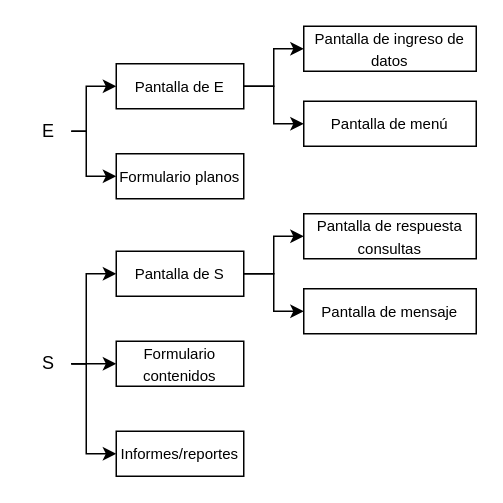
Before: page "DConceptual" (1 of 6) of ARCHIVOS/SistemasdeInformacion/Dibujos.drawio in NicoGomezM/Codigos_Latex, a draw.io diagram. Source tidied: cells renumbered, new cells numbered last; positions are measured from the earlier drawing's top-left corner, leaving out a move shared by most shapes. Both pictures are drawn from the tidied source at 150%, with x=0, y=0 at pixel (26, 26).
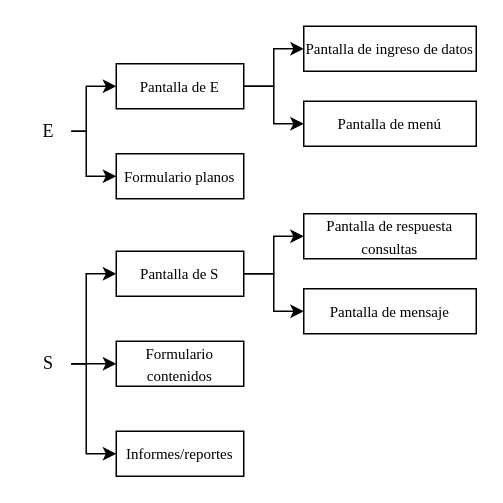
Above is the later version.

The edit, as a diff of the source:
```diff
@@
-    <mxCell id="2" style="edgeStyle=orthogonalEdgeStyle;rounded=0;jettySize=auto;html=1;entryX=0;entryY=0.5;entryDx=0;entryDy=0;" parent="1" edge="1" source="4" target="11">
+    <mxCell id="2" style="edgeStyle=orthogonalEdgeStyle;rounded=0;jettySize=auto;html=1;entryX=0;entryY=0.5;entryDx=0;entryDy=0;fontFamily=Times New Roman;" parent="1" edge="1" source="4" target="11">
       <mxGeometry relative="1" as="geometry">
         <Array as="points">
           <mxPoint x="40" y="70" />
           <mxPoint x="40" y="40" />
         </Array>
       </mxGeometry>
     </mxCell>
-    <mxCell id="3" style="edgeStyle=orthogonalEdgeStyle;rounded=0;jettySize=auto;html=1;entryX=0;entryY=0.5;entryDx=0;entryDy=0;" parent="1" edge="1" source="4" target="12">
+    <mxCell id="3" style="edgeStyle=orthogonalEdgeStyle;rounded=0;jettySize=auto;html=1;entryX=0;entryY=0.5;entryDx=0;entryDy=0;fontFamily=Times New Roman;" parent="1" edge="1" source="4" target="12">
       <mxGeometry relative="1" as="geometry">
         <Array as="points">
           <mxPoint x="40" y="70" />
           <mxPoint x="40" y="100" />
         </Array>
       </mxGeometry>
     </mxCell>
-    <mxCell id="4" value="E" style="text;strokeColor=none;align=center;fillColor=none;html=1;verticalAlign=middle;whiteSpace=wrap;rounded=0;strokeWidth=0;" parent="1" vertex="1">
+    <mxCell id="4" value="E" style="text;strokeColor=none;align=center;fillColor=none;html=1;verticalAlign=middle;whiteSpace=wrap;rounded=0;strokeWidth=0;fontFamily=Times New Roman;" parent="1" vertex="1">
       <mxGeometry y="55" width="30" height="30" as="geometry" />
     </mxCell>
-    <mxCell id="5" style="edgeStyle=orthogonalEdgeStyle;rounded=0;jettySize=auto;html=1;entryX=0;entryY=0.5;entryDx=0;entryDy=0;" parent="1" edge="1" source="8" target="17">
+    <mxCell id="5" style="edgeStyle=orthogonalEdgeStyle;rounded=0;jettySize=auto;html=1;entryX=0;entryY=0.5;entryDx=0;entryDy=0;fontFamily=Times New Roman;" parent="1" edge="1" source="8" target="17">
       <mxGeometry relative="1" as="geometry">
         <Array as="points">
           <mxPoint x="40" y="225" />
           <mxPoint x="40" y="165" />
         </Array>
       </mxGeometry>
     </mxCell>
-    <mxCell id="6" style="edgeStyle=orthogonalEdgeStyle;rounded=0;jettySize=auto;html=1;entryX=0;entryY=0.5;entryDx=0;entryDy=0;" parent="1" edge="1" source="8" target="18">
+    <mxCell id="6" style="edgeStyle=orthogonalEdgeStyle;rounded=0;jettySize=auto;html=1;entryX=0;entryY=0.5;entryDx=0;entryDy=0;fontFamily=Times New Roman;" parent="1" edge="1" source="8" target="18">
       <mxGeometry relative="1" as="geometry" />
     </mxCell>
-    <mxCell id="7" style="edgeStyle=orthogonalEdgeStyle;rounded=0;jettySize=auto;html=1;entryX=0;entryY=0.5;entryDx=0;entryDy=0;" parent="1" edge="1" source="8" target="19">
+    <mxCell id="7" style="edgeStyle=orthogonalEdgeStyle;rounded=0;jettySize=auto;html=1;entryX=0;entryY=0.5;entryDx=0;entryDy=0;fontFamily=Times New Roman;" parent="1" edge="1" source="8" target="19">
       <mxGeometry relative="1" as="geometry">
         <Array as="points">
           <mxPoint x="40" y="225" />
           <mxPoint x="40" y="285" />
         </Array>
       </mxGeometry>
     </mxCell>
-    <mxCell id="8" value="S" style="text;strokeColor=none;align=center;fillColor=none;html=1;verticalAlign=middle;whiteSpace=wrap;rounded=0;" parent="1" vertex="1">
+    <mxCell id="8" value="S" style="text;strokeColor=none;align=center;fillColor=none;html=1;verticalAlign=middle;whiteSpace=wrap;rounded=0;fontFamily=Times New Roman;" parent="1" vertex="1">
       <mxGeometry y="210" width="30" height="30" as="geometry" />
     </mxCell>
-    <mxCell id="9" style="edgeStyle=orthogonalEdgeStyle;rounded=0;jettySize=auto;html=1;" parent="1" edge="1" source="11" target="13">
+    <mxCell id="9" style="edgeStyle=orthogonalEdgeStyle;rounded=0;jettySize=auto;html=1;fontFamily=Times New Roman;" parent="1" edge="1" source="11" target="13">
       <mxGeometry relative="1" as="geometry" />
     </mxCell>
-    <mxCell id="10" style="edgeStyle=orthogonalEdgeStyle;rounded=0;jettySize=auto;html=1;" parent="1" edge="1" source="11" target="14">
+    <mxCell id="10" style="edgeStyle=orthogonalEdgeStyle;rounded=0;jettySize=auto;html=1;fontFamily=Times New Roman;" parent="1" edge="1" source="11" target="14">
       <mxGeometry relative="1" as="geometry" />
     </mxCell>
-    <mxCell id="11" value="&lt;font style=&quot;font-size: 10px;&quot;&gt;Pantalla de E&lt;/font&gt;" style="text;strokeColor=default;align=center;fillColor=none;html=1;verticalAlign=middle;whiteSpace=wrap;rounded=0;" parent="1" vertex="1">
+    <mxCell id="11" value="&lt;font style=&quot;font-size: 10px;&quot;&gt;Pantalla de E&lt;/font&gt;" style="text;strokeColor=default;align=center;fillColor=none;html=1;verticalAlign=middle;whiteSpace=wrap;rounded=0;fontFamily=Times New Roman;" parent="1" vertex="1">
       <mxGeometry x="60" y="25" width="85" height="30" as="geometry" />
     </mxCell>
-    <mxCell id="12" value="&lt;font style=&quot;font-size: 10px;&quot;&gt;Formulario planos&lt;/font&gt;" style="text;strokeColor=default;align=center;fillColor=none;html=1;verticalAlign=middle;whiteSpace=wrap;rounded=0;" parent="1" vertex="1">
+    <mxCell id="12" value="&lt;font style=&quot;font-size: 10px;&quot;&gt;Formulario planos&lt;/font&gt;" style="text;strokeColor=default;align=center;fillColor=none;html=1;verticalAlign=middle;whiteSpace=wrap;rounded=0;fontFamily=Times New Roman;" parent="1" vertex="1">
       <mxGeometry x="60" y="85" width="85" height="30" as="geometry" />
     </mxCell>
-    <mxCell id="13" value="&lt;font style=&quot;font-size: 10px;&quot;&gt;Pantalla de ingreso de datos&lt;/font&gt;" style="text;strokeColor=default;align=center;fillColor=none;html=1;verticalAlign=middle;whiteSpace=wrap;rounded=0;" parent="1" vertex="1">
+    <mxCell id="13" value="&lt;font style=&quot;font-size: 10px;&quot;&gt;Pantalla de ingreso de datos&lt;/font&gt;" style="text;strokeColor=default;align=center;fillColor=none;html=1;verticalAlign=middle;whiteSpace=wrap;rounded=0;fontFamily=Times New Roman;" parent="1" vertex="1">
       <mxGeometry x="185" width="115" height="30" as="geometry" />
     </mxCell>
-    <mxCell id="14" value="&lt;font style=&quot;font-size: 10px;&quot;&gt;Pantalla de menú&lt;/font&gt;" style="text;strokeColor=default;align=center;fillColor=none;html=1;verticalAlign=middle;whiteSpace=wrap;rounded=0;" parent="1" vertex="1">
+    <mxCell id="14" value="&lt;font style=&quot;font-size: 10px;&quot;&gt;Pantalla de menú&lt;/font&gt;" style="text;strokeColor=default;align=center;fillColor=none;html=1;verticalAlign=middle;whiteSpace=wrap;rounded=0;fontFamily=Times New Roman;" parent="1" vertex="1">
       <mxGeometry x="185" y="50" width="115" height="30" as="geometry" />
     </mxCell>
-    <mxCell id="15" style="edgeStyle=orthogonalEdgeStyle;rounded=0;jettySize=auto;html=1;entryX=0;entryY=0.5;entryDx=0;entryDy=0;" parent="1" edge="1" source="17" target="20">
+    <mxCell id="15" style="edgeStyle=orthogonalEdgeStyle;rounded=0;jettySize=auto;html=1;entryX=0;entryY=0.5;entryDx=0;entryDy=0;fontFamily=Times New Roman;" parent="1" edge="1" source="17" target="20">
       <mxGeometry relative="1" as="geometry" />
     </mxCell>
-    <mxCell id="16" style="edgeStyle=orthogonalEdgeStyle;rounded=0;jettySize=auto;html=1;" parent="1" edge="1" source="17" target="21">
+    <mxCell id="16" style="edgeStyle=orthogonalEdgeStyle;rounded=0;jettySize=auto;html=1;fontFamily=Times New Roman;" parent="1" edge="1" source="17" target="21">
       <mxGeometry relative="1" as="geometry" />
     </mxCell>
-    <mxCell id="17" value="&lt;font style=&quot;font-size: 10px;&quot;&gt;Pantalla de S&lt;/font&gt;" style="text;strokeColor=default;align=center;fillColor=none;html=1;verticalAlign=middle;whiteSpace=wrap;rounded=0;" parent="1" vertex="1">
+    <mxCell id="17" value="&lt;font style=&quot;font-size: 10px;&quot;&gt;Pantalla de S&lt;/font&gt;" style="text;strokeColor=default;align=center;fillColor=none;html=1;verticalAlign=middle;whiteSpace=wrap;rounded=0;fontFamily=Times New Roman;" parent="1" vertex="1">
       <mxGeometry x="60" y="150" width="85" height="30" as="geometry" />
     </mxCell>
-    <mxCell id="18" value="&lt;font style=&quot;font-size: 10px;&quot;&gt;Formulario contenidos&lt;/font&gt;" style="text;strokeColor=default;align=center;fillColor=none;html=1;verticalAlign=middle;whiteSpace=wrap;rounded=0;" parent="1" vertex="1">
+    <mxCell id="18" value="&lt;font style=&quot;font-size: 10px;&quot;&gt;Formulario contenidos&lt;/font&gt;" style="text;strokeColor=default;align=center;fillColor=none;html=1;verticalAlign=middle;whiteSpace=wrap;rounded=0;fontFamily=Times New Roman;" parent="1" vertex="1">
       <mxGeometry x="60" y="210" width="85" height="30" as="geometry" />
     </mxCell>
-    <mxCell id="19" value="&lt;font style=&quot;font-size: 10px;&quot;&gt;Informes/reportes&lt;/font&gt;" style="text;strokeColor=default;align=center;fillColor=none;html=1;verticalAlign=middle;whiteSpace=wrap;rounded=0;" parent="1" vertex="1">
+    <mxCell id="19" value="&lt;font style=&quot;font-size: 10px;&quot;&gt;Informes/reportes&lt;/font&gt;" style="text;strokeColor=default;align=center;fillColor=none;html=1;verticalAlign=middle;whiteSpace=wrap;rounded=0;fontFamily=Times New Roman;" parent="1" vertex="1">
       <mxGeometry x="60" y="270" width="85" height="30" as="geometry" />
     </mxCell>
-    <mxCell id="20" value="&lt;font style=&quot;font-size: 10px;&quot;&gt;Pantalla de respuesta consultas&lt;/font&gt;" style="text;strokeColor=default;align=center;fillColor=none;html=1;verticalAlign=middle;whiteSpace=wrap;rounded=0;" parent="1" vertex="1">
+    <mxCell id="20" value="&lt;font style=&quot;font-size: 10px;&quot;&gt;Pantalla de respuesta consultas&lt;/font&gt;" style="text;strokeColor=default;align=center;fillColor=none;html=1;verticalAlign=middle;whiteSpace=wrap;rounded=0;fontFamily=Times New Roman;" parent="1" vertex="1">
       <mxGeometry x="185" y="125" width="115" height="30" as="geometry" />
     </mxCell>
-    <mxCell id="21" value="&lt;font style=&quot;font-size: 10px;&quot;&gt;Pantalla de mensaje&lt;/font&gt;" style="text;strokeColor=default;align=center;fillColor=none;html=1;verticalAlign=middle;whiteSpace=wrap;rounded=0;" parent="1" vertex="1">
+    <mxCell id="21" value="&lt;font style=&quot;font-size: 10px;&quot;&gt;Pantalla de mensaje&lt;/font&gt;" style="text;strokeColor=default;align=center;fillColor=none;html=1;verticalAlign=middle;whiteSpace=wrap;rounded=0;fontFamily=Times New Roman;" parent="1" vertex="1">
       <mxGeometry x="185" y="175" width="115" height="30" as="geometry" />
     </mxCell>
```
